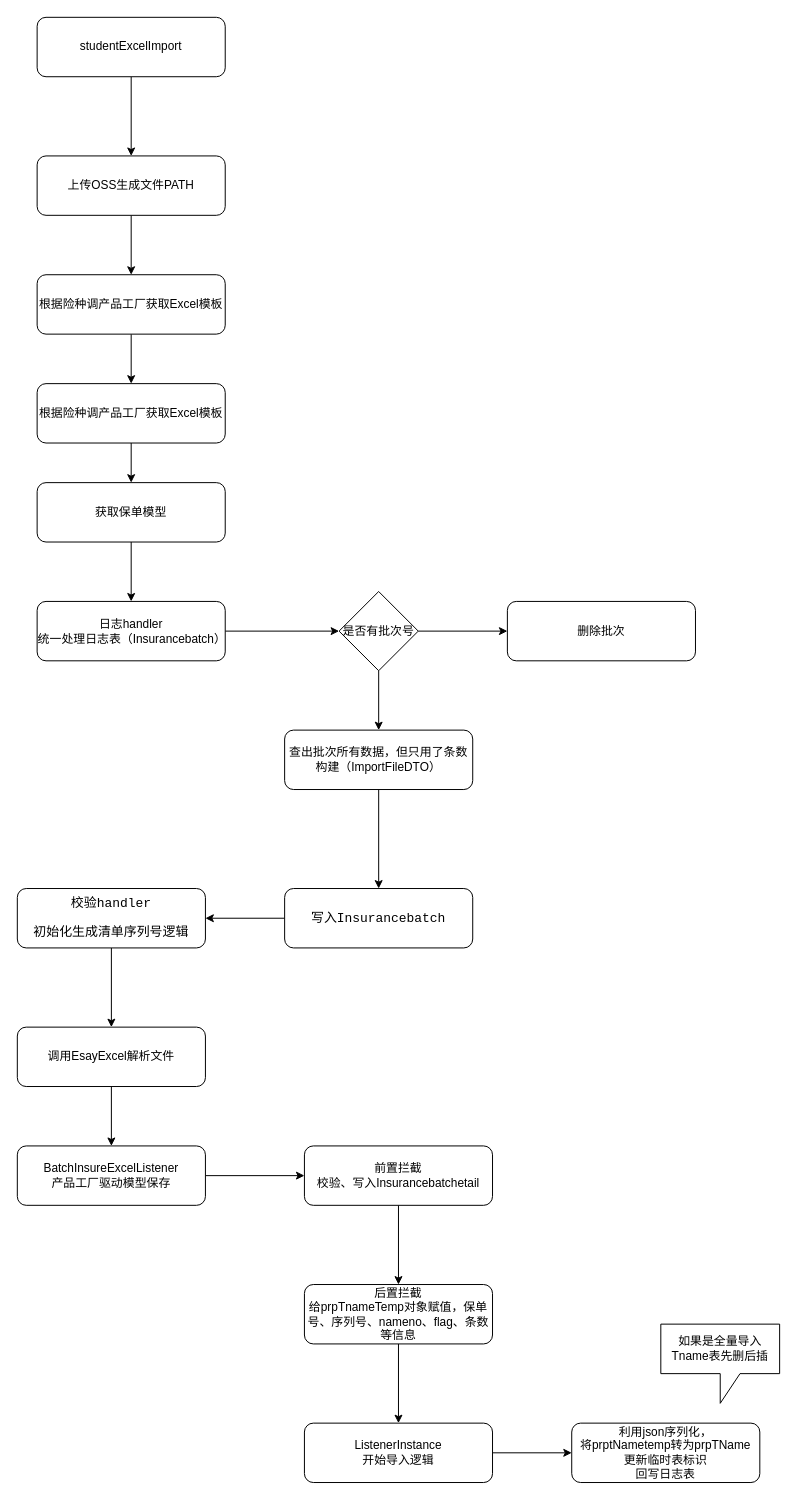
Earlier version of the draw.io diagram 1701清单上传流程图.drawio (java-zengguang/images). Source tidied: cells renumbered, new cells numbered last; positions are measured from the earlier drawing's top-left corner, leaving out a move shared by most shapes. Both pictures are drawn from the tidied source at 99%, with x=0, y=0 at pixel (17, 17).
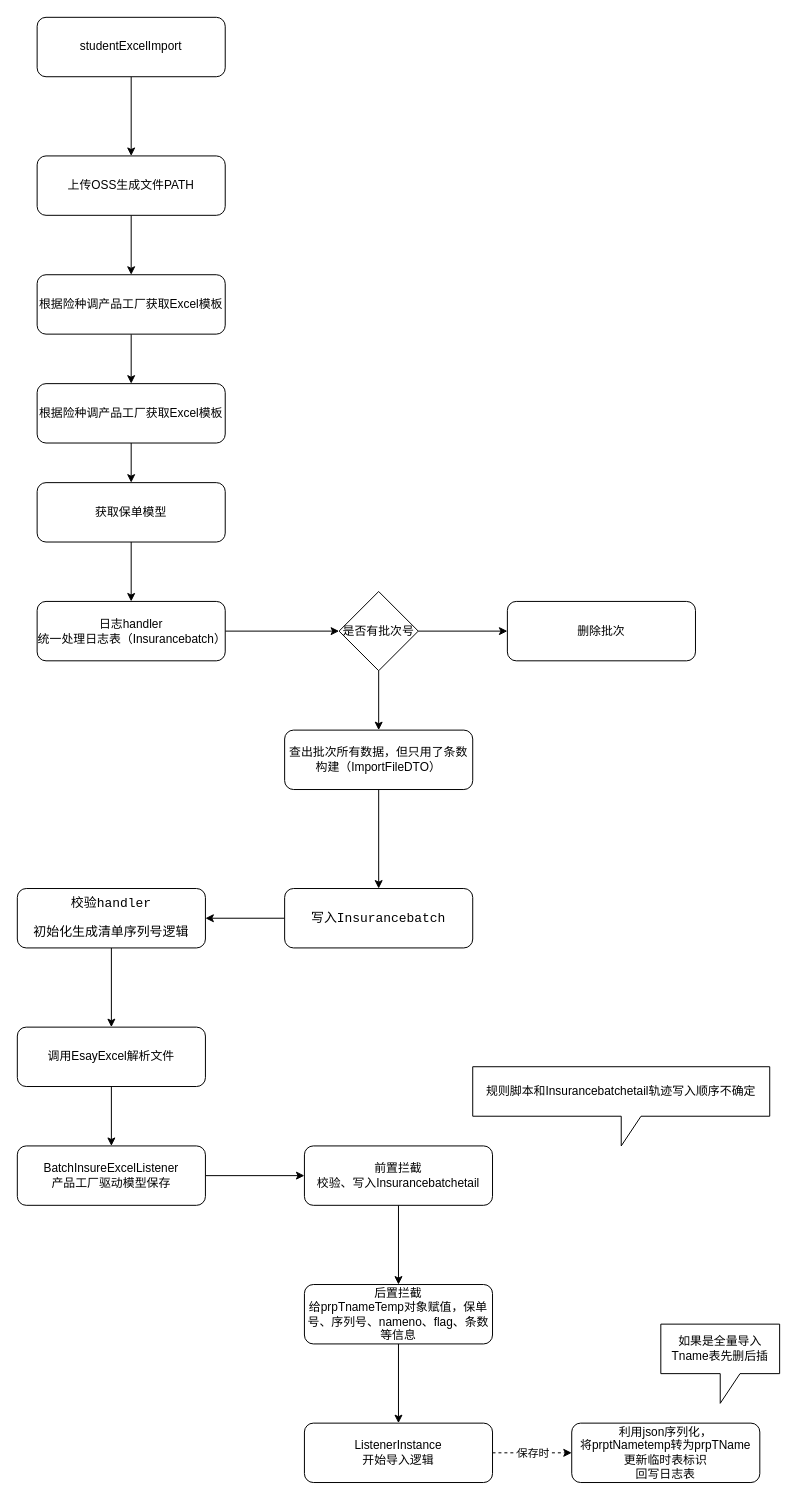
After the change.

Commit message:
更新1701清单上传流程图.drawio

The change refers to these unchanged cells:
```xml
<mxCell id="33" value="ListenerInstance&lt;br&gt;开始导入逻辑" style="rounded=1;whiteSpace=wrap;html=1;" parent="1" vertex="1">
  <mxGeometry x="290" y="1420" width="190" height="60" as="geometry" />
</mxCell>
<mxCell id="34" value="利用json序列化，&lt;div&gt;将prptNametemp转为prpTName&lt;/div&gt;&lt;div&gt;更新临时表标识&lt;/div&gt;&lt;div&gt;回写日志表&lt;/div&gt;" style="rounded=1;whiteSpace=wrap;html=1;" parent="1" vertex="1">
  <mxGeometry x="560" y="1420" width="190" height="60" as="geometry" />
</mxCell>
```

What changed in the source:
```diff
@@
-<mxGraphModel>
+<mxGraphModel background="#FFFFFF">
@@
-    <mxCell id="32" style="edgeStyle=orthogonalEdgeStyle;rounded=0;jettySize=auto;html=1;" parent="1" edge="1" source="33" target="34">
+    <mxCell id="32" style="edgeStyle=orthogonalEdgeStyle;rounded=0;jettySize=auto;html=1;dashed=1;" parent="1" edge="1" source="33" target="34">
       <mxGeometry relative="1" as="geometry" />
     </mxCell>
+    <mxCell id="36" value="保存时" style="edgeLabel;html=1;align=center;verticalAlign=middle;" parent="32" vertex="1">
+      <mxGeometry relative="1" as="geometry" />
+    </mxCell>
@@
+    <mxCell id="37" value="规则脚本和Insurancebatchetail轨迹写入顺序不确定" style="shape=callout;whiteSpace=wrap;html=1;perimeter=calloutPerimeter;" parent="1" vertex="1">
+      <mxGeometry x="460" y="1060" width="300" height="80" as="geometry" />
+    </mxCell>
```
